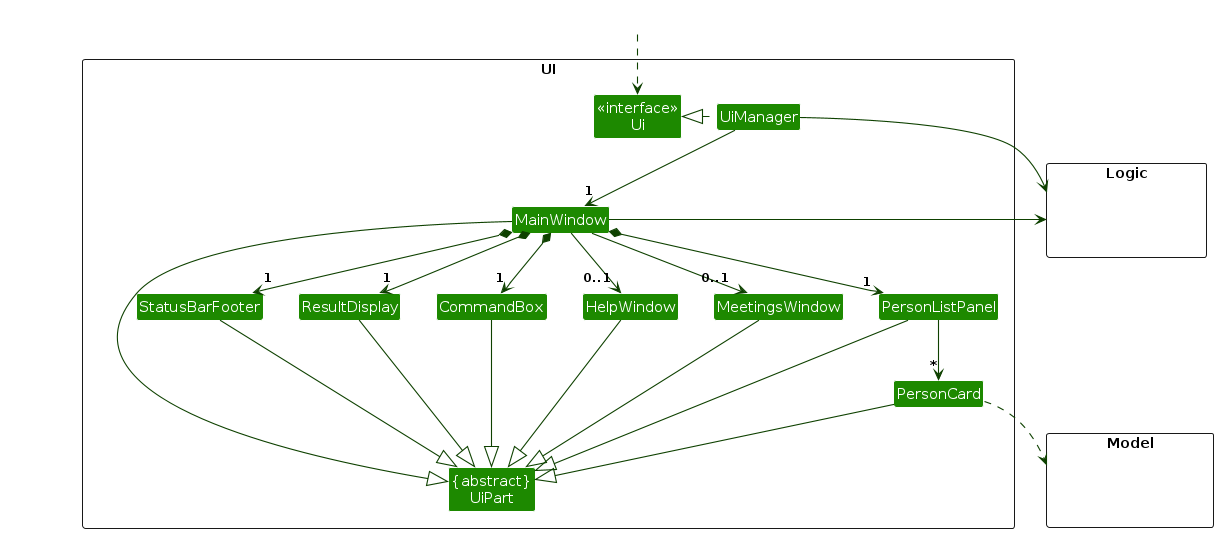
Above: diagrams/UiClassDiagram.png in rahhulleee/tp (PlantUML), before the change. Its source is kept beside it as diagrams/UiClassDiagram.puml. Its diagram source:
```plantuml
@startuml
!include style.puml
skinparam arrowThickness 1.1
skinparam arrowColor UI_COLOR_T4
skinparam classBackgroundColor UI_COLOR

package UI <<Rectangle>>{
Class "<<interface>>\nUi" as Ui
Class "{abstract}\nUiPart" as UiPart
Class UiManager
Class MainWindow
Class HelpWindow
Class MeetingsWindow
Class ResultDisplay
Class PersonListPanel
Class PersonCard
Class StatusBarFooter
Class CommandBox
}

package Model <<Rectangle>> {
Class HiddenModel #FFFFFF
}

package Logic <<Rectangle>> {
Class HiddenLogic #FFFFFF
}

Class HiddenOutside #FFFFFF
HiddenOutside ..> Ui

UiManager .left.|> Ui
UiManager -down-> "1" MainWindow
MainWindow *-down->  "1" CommandBox
MainWindow *-down-> "1" ResultDisplay
MainWindow *-down-> "1" PersonListPanel
MainWindow *-down-> "1" StatusBarFooter
MainWindow --> "0..1" HelpWindow
MainWindow --> "0..1" MeetingsWindow

PersonListPanel -down-> "*" PersonCard

MainWindow -left-|> UiPart

ResultDisplay --|> UiPart
CommandBox --|> UiPart
PersonListPanel --|> UiPart
PersonCard --|> UiPart
StatusBarFooter --|> UiPart
HelpWindow --|> UiPart
MeetingsWindow --|> UiPart

PersonCard ..> Model
UiManager -right-> Logic
MainWindow -left-> Logic

PersonListPanel -[hidden]left- HelpWindow
HelpWindow -[hidden]left- CommandBox
CommandBox -[hidden]left- ResultDisplay
ResultDisplay -[hidden]left- StatusBarFooter
MeetingsWindow -[hidden]left- HelpWindow
MainWindow -[hidden]-|> UiPart
@enduml
```
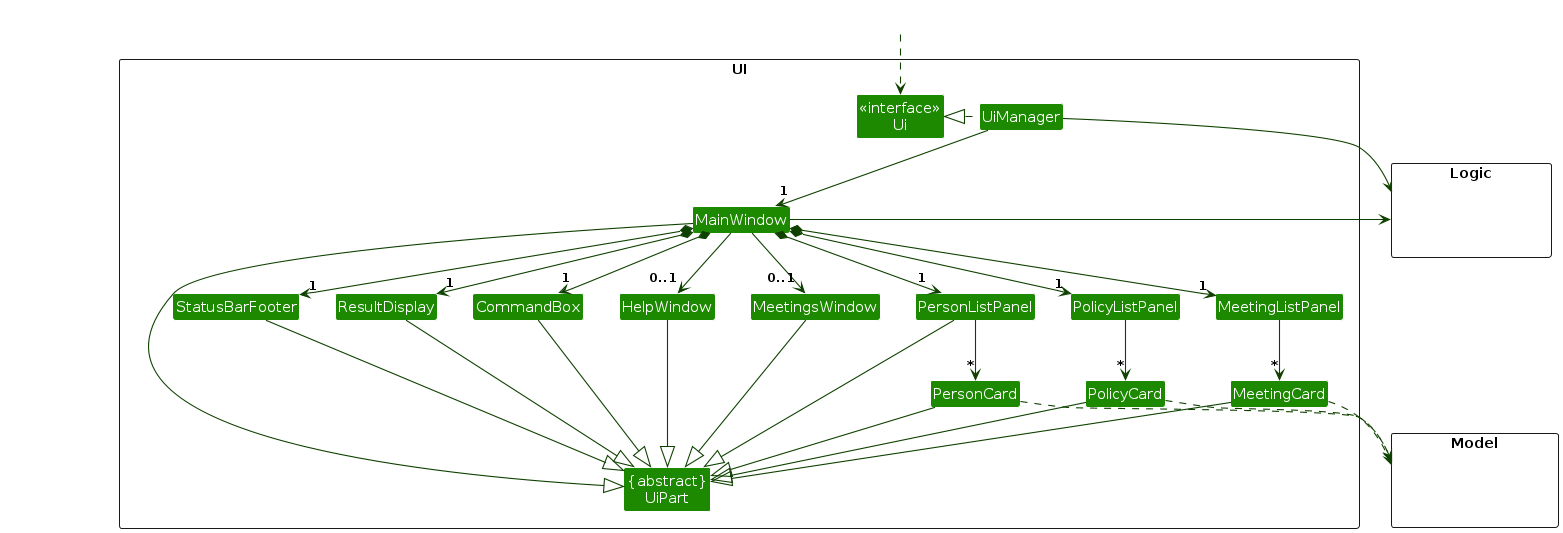
Later version of the same file.

Change to the diagram source:
```diff
@@ -16,6 +16,10 @@
 Class PersonCard
 Class StatusBarFooter
 Class CommandBox
+CLass PolicyListPanel
+Class PolicyCard
+Class MeetingListPanel
+Class MeetingCard
 }
 
 package Model <<Rectangle>> {
@@ -37,8 +41,14 @@
 MainWindow *-down-> "1" StatusBarFooter
 MainWindow --> "0..1" HelpWindow
 MainWindow --> "0..1" MeetingsWindow
+MainWindow *-down-> "1" PolicyListPanel
+MainWindow *-down-> "1" MeetingListPanel
 
 PersonListPanel -down-> "*" PersonCard
+
+PolicyListPanel -down-> "*" PolicyCard
+
+MeetingListPanel -down-> "*" MeetingCard
 
 MainWindow -left-|> UiPart
 
@@ -49,8 +59,13 @@
 StatusBarFooter --|> UiPart
 HelpWindow --|> UiPart
 MeetingsWindow --|> UiPart
+PolicyCard --|> UiPart
+MeetingCard --|> UiPart
 
 PersonCard ..> Model
+PolicyCard ..> Model
+MeetingCard ..> Model
+
 UiManager -right-> Logic
 MainWindow -left-> Logic
 
```
